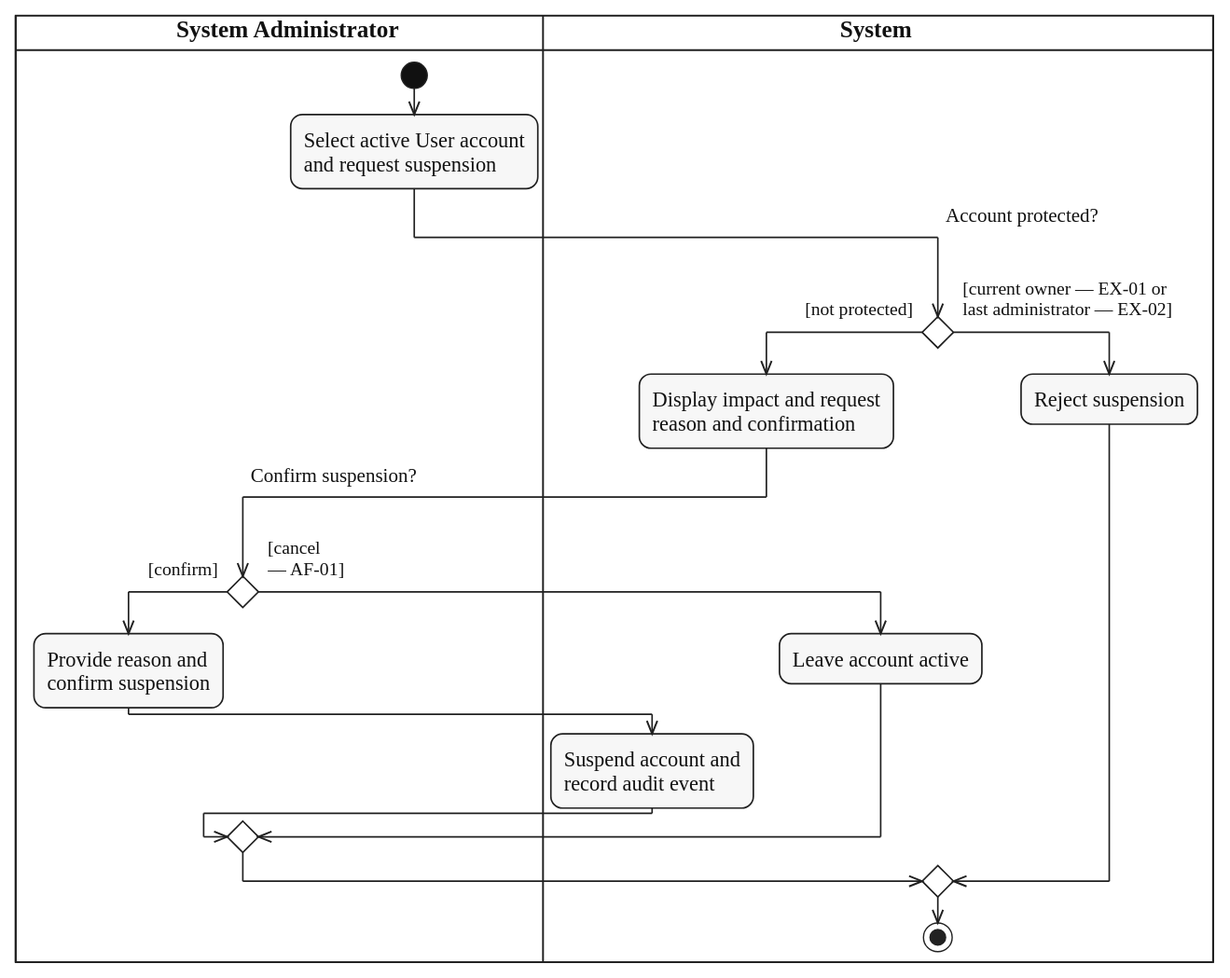
Above: diagrams/activity/system-administration/svg/UC-USER-ACCOUNT-SUSPEND.svg in lukenab/swd392-doc-automation (PlantUML), before the change. Its source is kept beside it as diagrams/activity/system-administration/source/UC-USER-ACCOUNT-SUSPEND.puml. Source of this version:
```plantuml
@startuml UC-USER-ACCOUNT-SUSPEND
!include ../../_shared/activity-style.puml
|ADM| $lane_title("System Administrator")
|SYS| $lane_title("System")

|ADM|
start
:Select active User account
and request suspension;
|SYS|
if ($question_x("Account protected?")) then ($guard_left("[not protected]"))
  :Display impact and request
  reason and confirmation;
  |ADM|
  if ($question_x("Confirm suspension?")) then ($guard_left("[confirm]"))
    :Provide reason and
    confirm suspension;
    |SYS|
    :Suspend account and
    record audit event;
  else ($guard_right("[cancel", "— AF-01]"))
    |SYS|
    :Leave account active;
  endif
else ($guard_right("[current owner — EX-01 or", "last administrator — EX-02]"))
  :Reject suspension;
endif
|SYS|
stop
@enduml
```
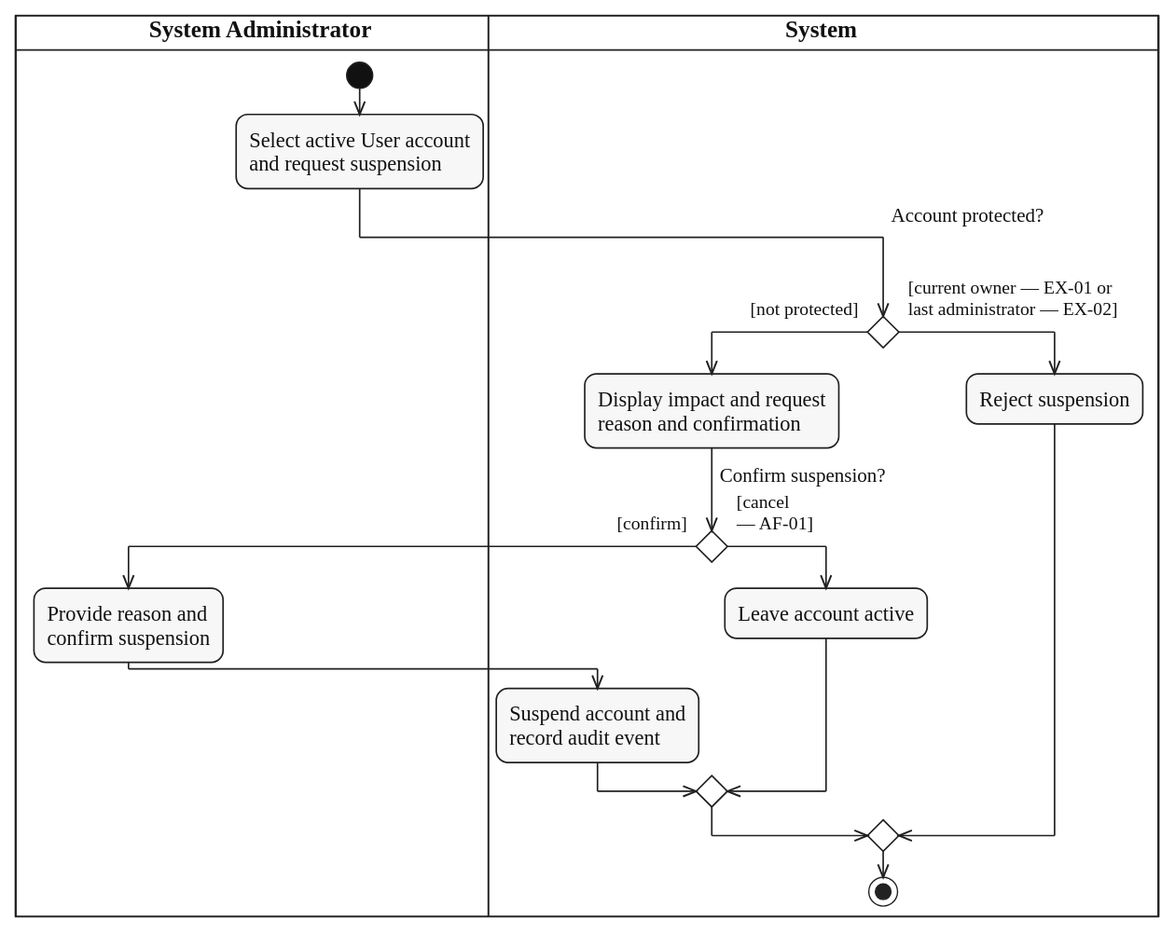
Above is the later version.

Diff of the diagram source:
```diff
@@ -11,8 +11,8 @@
 if ($question_x("Account protected?")) then ($guard_left("[not protected]"))
   :Display impact and request
   reason and confirmation;
-  |ADM|
-  if ($question_x("Confirm suspension?")) then ($guard_left("[confirm]"))
+  if ($question("Confirm suspension?")) then ($guard_left("[confirm]"))
+    |ADM|
     :Provide reason and
     confirm suspension;
     |SYS|
```
